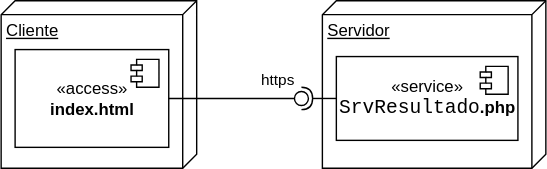
Above: docs/img/m08srvresultado/srvresultadodistribucion.drawio.svg in gilpgawoas/gilpgawoas.github.io (draw.io), before the change. Source tidied: cells renumbered, new cells last; positions are measured from the earlier drawing's top-left corner, leaving out a move shared by most shapes.
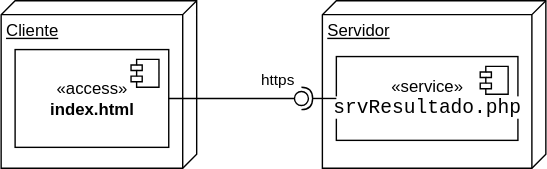
After the commit.

Change to the diagram source:
```diff
@@ -16,7 +16,7 @@
     <mxCell id="5" value="Servidor" style="verticalAlign=top;align=left;spacingTop=8;spacingLeft=2;spacingRight=12;shape=cube;size=10;direction=south;fontStyle=4;html=1;" parent="1" vertex="1">
       <mxGeometry x="230" width="160" height="120" as="geometry" />
     </mxCell>
-    <mxCell id="6" value="«service»&lt;br&gt;&lt;span style=&quot;background-color: rgb(255, 255, 255); font-family: Consolas, &amp;quot;Courier New&amp;quot;, monospace; font-size: 14px;&quot;&gt;SrvResultado&lt;/span&gt;&lt;b&gt;.php&lt;/b&gt;" style="html=1;" parent="1" vertex="1">
+    <mxCell id="6" value="«service»&lt;br&gt;&lt;font face=&quot;Consolas, Courier New, monospace&quot;&gt;&lt;span style=&quot;font-size: 14px; background-color: rgb(255, 255, 255);&quot;&gt;srvResultado.php&lt;/span&gt;&lt;/font&gt;" style="html=1;" parent="1" vertex="1">
       <mxGeometry x="240" y="40" width="130" height="60" as="geometry" />
     </mxCell>
     <mxCell id="7" style="shape=module;jettyWidth=8;jettyHeight=4;" parent="6" vertex="1">
```
